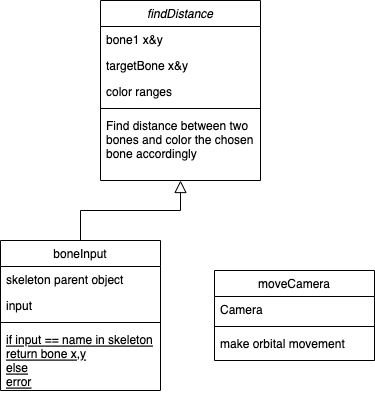
Before: bonle.drawio.png, a diagram exported from draw.io (Zombyyyy/Project-3A). Source tidied: cells renumbered, new cells last; positions are measured from the earlier drawing's top-left corner, leaving out a move shared by most shapes.
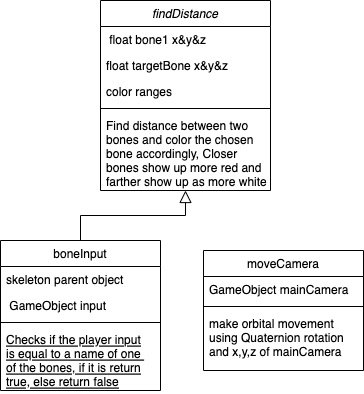
Later version of the same file.

Diff of the diagram source:
```diff
@@ -3,22 +3,22 @@
     <mxCell id="0" />
     <mxCell id="1" parent="0" />
     <mxCell id="2" value="findDistance" style="swimlane;fontStyle=2;align=center;verticalAlign=top;horizontal=1;startSize=26;rounded=0;shadow=0;strokeWidth=1;" parent="1" vertex="1">
-      <mxGeometry x="100" width="160" height="180" as="geometry" />
+      <mxGeometry x="100" width="170" height="190" as="geometry" />
     </mxCell>
-    <mxCell id="3" value="bone1 x&amp;y" style="text;align=left;verticalAlign=top;spacingLeft=4;spacingRight=4;overflow=hidden;" parent="2" vertex="1">
-      <mxGeometry y="26" width="160" height="26" as="geometry" />
+    <mxCell id="3" value=" float bone1 x&amp;y&amp;z" style="text;align=left;verticalAlign=top;spacingLeft=4;spacingRight=4;overflow=hidden;" parent="2" vertex="1">
+      <mxGeometry y="26" width="170" height="26" as="geometry" />
     </mxCell>
-    <mxCell id="4" value="targetBone x&amp;y" style="text;align=left;verticalAlign=top;spacingLeft=4;spacingRight=4;overflow=hidden;rounded=0;shadow=0;html=0;" parent="2" vertex="1">
-      <mxGeometry y="52" width="160" height="26" as="geometry" />
+    <mxCell id="4" value="float targetBone x&amp;y&amp;z" style="text;align=left;verticalAlign=top;spacingLeft=4;spacingRight=4;overflow=hidden;rounded=0;shadow=0;html=0;" parent="2" vertex="1">
+      <mxGeometry y="52" width="170" height="26" as="geometry" />
     </mxCell>
     <mxCell id="5" value="color ranges" style="text;align=left;verticalAlign=top;spacingLeft=4;spacingRight=4;overflow=hidden;rounded=0;shadow=0;html=0;" parent="2" vertex="1">
-      <mxGeometry y="78" width="160" height="26" as="geometry" />
+      <mxGeometry y="78" width="170" height="26" as="geometry" />
     </mxCell>
     <mxCell id="6" style="line;html=1;strokeWidth=1;align=left;verticalAlign=middle;spacingTop=-1;spacingLeft=3;spacingRight=3;labelPosition=right;" parent="2" vertex="1">
-      <mxGeometry y="104" width="160" height="8" as="geometry" />
+      <mxGeometry y="104" width="170" height="8" as="geometry" />
     </mxCell>
-    <mxCell id="7" value="Find distance between two &#10;bones and color the chosen&#10;bone accordingly" style="text;align=left;verticalAlign=top;spacingLeft=4;spacingRight=4;overflow=hidden;" parent="2" vertex="1">
-      <mxGeometry y="112" width="160" height="58" as="geometry" />
+    <mxCell id="7" value="Find distance between two &#10;bones and color the chosen&#10;bone accordingly, Closer &#10;bones show up more red and&#10;farther show up as more white." style="text;align=left;verticalAlign=top;spacingLeft=4;spacingRight=4;overflow=hidden;" parent="2" vertex="1">
+      <mxGeometry y="112" width="170" height="78" as="geometry" />
     </mxCell>
     <mxCell id="8" value="boneInput" style="swimlane;fontStyle=0;align=center;verticalAlign=top;horizontal=1;startSize=26;rounded=0;shadow=0;strokeWidth=1;" parent="1" vertex="1">
       <mxGeometry y="240" width="160" height="150" as="geometry" />
@@ -26,29 +26,29 @@
     <mxCell id="9" value="skeleton parent object" style="text;align=left;verticalAlign=top;spacingLeft=4;spacingRight=4;overflow=hidden;" parent="8" vertex="1">
       <mxGeometry y="26" width="160" height="26" as="geometry" />
     </mxCell>
-    <mxCell id="10" value="input" style="text;align=left;verticalAlign=top;spacingLeft=4;spacingRight=4;overflow=hidden;rounded=0;shadow=0;html=0;" parent="8" vertex="1">
+    <mxCell id="10" value=" GameObject input" style="text;align=left;verticalAlign=top;spacingLeft=4;spacingRight=4;overflow=hidden;rounded=0;shadow=0;html=0;" parent="8" vertex="1">
       <mxGeometry y="52" width="160" height="26" as="geometry" />
     </mxCell>
     <mxCell id="11" style="line;html=1;strokeWidth=1;align=left;verticalAlign=middle;spacingTop=-1;spacingLeft=3;spacingRight=3;labelPosition=right;" parent="8" vertex="1">
       <mxGeometry y="78" width="160" height="8" as="geometry" />
     </mxCell>
-    <mxCell id="12" value="if input == name in skeleton&#10;return bone x,y&#10;else&#10;error" style="text;align=left;verticalAlign=top;spacingLeft=4;spacingRight=4;overflow=hidden;fontStyle=4;" parent="8" vertex="1">
+    <mxCell id="12" value="Checks if the player input&#10;is equal to a name of one &#10;of the bones, if it is return&#10;true, else return false" style="text;align=left;verticalAlign=top;spacingLeft=4;spacingRight=4;overflow=hidden;fontStyle=4;" parent="8" vertex="1">
       <mxGeometry y="86" width="160" height="64" as="geometry" />
     </mxCell>
     <mxCell id="13" style="endArrow=block;endSize=10;endFill=0;shadow=0;strokeWidth=1;rounded=0;edgeStyle=elbowEdgeStyle;elbow=vertical;" parent="1" edge="1" source="8" target="2">
       <mxGeometry relative="1" as="geometry" />
     </mxCell>
     <mxCell id="14" value="moveCamera" style="swimlane;fontStyle=0;align=center;verticalAlign=top;horizontal=1;startSize=26;rounded=0;shadow=0;strokeWidth=1;" parent="1" vertex="1">
-      <mxGeometry x="214" y="270" width="160" height="90" as="geometry" />
+      <mxGeometry x="203" y="250" width="160" height="120" as="geometry" />
     </mxCell>
-    <mxCell id="15" value="Camera" style="text;align=left;verticalAlign=top;spacingLeft=4;spacingRight=4;overflow=hidden;" parent="14" vertex="1">
+    <mxCell id="15" value="GameObject mainCamera&#10;" style="text;align=left;verticalAlign=top;spacingLeft=4;spacingRight=4;overflow=hidden;" parent="14" vertex="1">
       <mxGeometry y="26" width="160" height="26" as="geometry" />
     </mxCell>
     <mxCell id="16" style="line;html=1;strokeWidth=1;align=left;verticalAlign=middle;spacingTop=-1;spacingLeft=3;spacingRight=3;labelPosition=right;" parent="14" vertex="1">
       <mxGeometry y="52" width="160" height="8" as="geometry" />
     </mxCell>
-    <mxCell id="17" value="make orbital movement" style="text;align=left;verticalAlign=top;spacingLeft=4;spacingRight=4;overflow=hidden;" parent="14" vertex="1">
-      <mxGeometry y="60" width="160" height="26" as="geometry" />
+    <mxCell id="17" value="make orbital movement &#10;using Quaternion rotation&#10;and x,y,z of mainCamera" style="text;align=left;verticalAlign=top;spacingLeft=4;spacingRight=4;overflow=hidden;" parent="14" vertex="1">
+      <mxGeometry y="60" width="160" height="60" as="geometry" />
     </mxCell>
   </root>
 </mxGraphModel>
```
